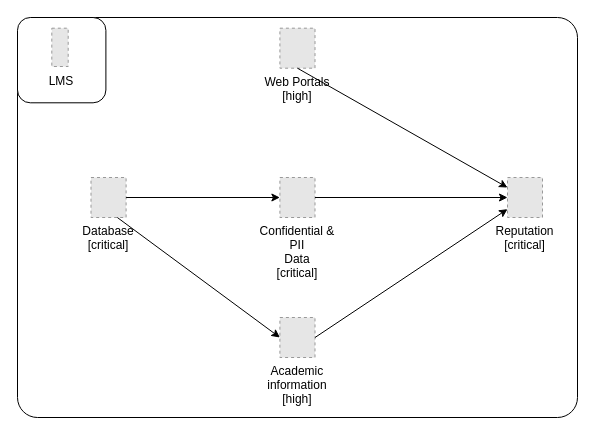
Earlier version of the draw.io diagram 2025/T2-Cyber-Security/lms asset diagram.drawio (RajuTaddi/ms-latrobe). Source tidied: cells renumbered, new cells numbered last; positions are measured from the earlier drawing's top-left corner, leaving out a move shared by most shapes. Both pictures are drawn from the tidied source at 100%, with x=0, y=0 at pixel (17, 17). Pictures stored in the file or linked from it are replaced by grey dashed boxes.
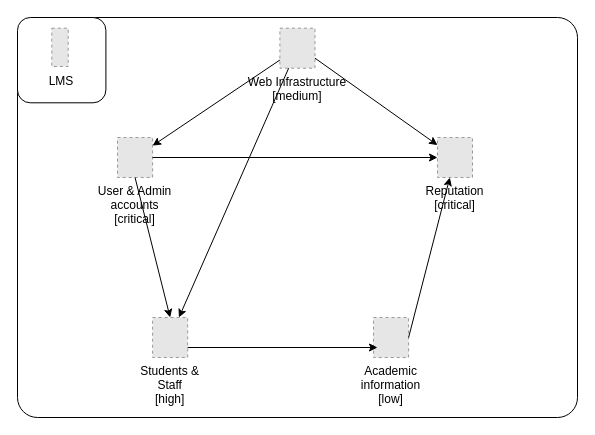
Above is the later version.

The edit, as a diff of the source:
```diff
@@
 <mxGraphModel>
   <root>
     <mxCell id="0" />
     <mxCell id="1" parent="0" />
     <mxCell id="2" style="group;" parent="1" vertex="1">
       <mxGeometry width="560" height="400" as="geometry" />
     </mxCell>
     <mxCell id="3" style="rounded=1;whiteSpace=wrap;html=1;glass=0;shadow=0;gradientColor=none;arcSize=5;" parent="2" vertex="1">
       <mxGeometry width="560" height="400" as="geometry" />
     </mxCell>
     <mxCell id="4" style="rounded=1;whiteSpace=wrap;html=1;" parent="2" vertex="1">
       <mxGeometry width="88.4" height="85.3" as="geometry" />
     </mxCell>
     <mxCell id="5" style="fillColor=#E6E6E6;strokeColor=#999999;dashed=1;verticalLabelPosition=bottom;verticalAlign=top;" parent="2" vertex="1">
       <mxGeometry x="34.3" y="10.7" width="16.4" height="38.3" as="geometry" />
     </mxCell>
     <mxCell id="6" value="LMS" style="text;html=1;align=center;verticalAlign=middle;whiteSpace=wrap;rounded=0;" parent="2" vertex="1">
       <mxGeometry x="13.5" y="49" width="60" height="30" as="geometry" />
     </mxCell>
-    <mxCell id="7" value="Academic&#10;information&#10;[high]" style="fillColor=#E6E6E6;strokeColor=#999999;dashed=1;verticalLabelPosition=bottom;verticalAlign=top;" parent="2" vertex="1">
-      <mxGeometry x="262.4" y="300" width="35.1" height="40" as="geometry" />
+    <mxCell id="7" value="Academic&#10;information&#10;[low]" style="fillColor=#E6E6E6;strokeColor=#999999;dashed=1;verticalLabelPosition=bottom;verticalAlign=top;" parent="2" vertex="1">
+      <mxGeometry x="356" y="300" width="35.1" height="40" as="geometry" />
     </mxCell>
-    <mxCell id="8" value="Confidential &amp;&#10;PII&#10;Data&#10;[critical]" style="fillColor=#E6E6E6;strokeColor=#999999;dashed=1;verticalLabelPosition=bottom;verticalAlign=top;" parent="2" vertex="1">
-      <mxGeometry x="262.4" y="160" width="35.1" height="40" as="geometry" />
+    <mxCell id="8" value="User &amp; Admin&#10;accounts&#10;[critical]" style="fillColor=#E6E6E6;strokeColor=#999999;dashed=1;verticalLabelPosition=bottom;verticalAlign=top;" parent="2" vertex="1">
+      <mxGeometry x="100" y="120" width="35.1" height="40" as="geometry" />
     </mxCell>
-    <mxCell id="9" value="Web Portals&#10;[high]" style="fillColor=#E6E6E6;strokeColor=#999999;dashed=1;verticalLabelPosition=bottom;verticalAlign=top;" parent="2" vertex="1">
+    <mxCell id="9" value="Web Infrastructure&#10;[medium]" style="fillColor=#E6E6E6;strokeColor=#999999;dashed=1;verticalLabelPosition=bottom;verticalAlign=top;" parent="2" vertex="1">
       <mxGeometry x="262.4" y="10.7" width="35.1" height="40" as="geometry" />
     </mxCell>
-    <mxCell id="10" value="Database&#10;[critical]" style="fillColor=#E6E6E6;strokeColor=#999999;dashed=1;verticalLabelPosition=bottom;verticalAlign=top;" parent="2" vertex="1">
-      <mxGeometry x="73.5" y="160" width="35.1" height="40" as="geometry" />
+    <mxCell id="10" value="Students &amp;&#10;Staff&#10;[high]" style="fillColor=#E6E6E6;strokeColor=#999999;dashed=1;verticalLabelPosition=bottom;verticalAlign=top;" parent="2" vertex="1">
+      <mxGeometry x="135.1" y="300" width="35.1" height="40" as="geometry" />
     </mxCell>
     <mxCell id="11" value="Reputation&#10;[critical]" style="fillColor=#E6E6E6;strokeColor=#999999;dashed=1;verticalLabelPosition=bottom;verticalAlign=top;" parent="2" vertex="1">
-      <mxGeometry x="490" y="160" width="35" height="40" as="geometry" />
+      <mxGeometry x="420" y="120" width="35" height="40" as="geometry" />
     </mxCell>
-    <mxCell id="12" style="endArrow=classic;html=1;rounded=0;exitX=0.75;exitY=1;exitDx=0;exitDy=0;entryX=0;entryY=0.5;entryDx=0;entryDy=0;" parent="2" edge="1" source="10" target="7">
-      <mxGeometry relative="1" as="geometry" />
+    <mxCell id="12" style="endArrow=classic;html=1;rounded=0;exitX=1;exitY=0.75;exitDx=0;exitDy=0;" parent="2" edge="1" source="10">
+      <mxGeometry relative="1" as="geometry">
+        <mxPoint x="360" y="330" as="targetPoint" />
+      </mxGeometry>
     </mxCell>
-    <mxCell id="13" style="endArrow=classic;html=1;rounded=0;exitX=1;exitY=0.5;exitDx=0;exitDy=0;entryX=0;entryY=0.5;entryDx=0;entryDy=0;" parent="2" edge="1" source="10" target="8">
+    <mxCell id="13" style="endArrow=classic;html=1;rounded=0;entryX=0.5;entryY=0;entryDx=0;entryDy=0;exitX=0.5;exitY=1;exitDx=0;exitDy=0;" parent="2" edge="1" source="8" target="10">
       <mxGeometry relative="1" as="geometry" />
     </mxCell>
-    <mxCell id="14" style="endArrow=classic;html=1;rounded=0;exitX=0.5;exitY=1;exitDx=0;exitDy=0;" parent="2" edge="1" source="9" target="11">
+    <mxCell id="14" style="endArrow=classic;html=1;rounded=0;exitX=1;exitY=0.75;exitDx=0;exitDy=0;" parent="2" edge="1" source="9" target="11">
       <mxGeometry relative="1" as="geometry" />
     </mxCell>
     <mxCell id="15" style="endArrow=classic;html=1;rounded=0;exitX=1;exitY=0.5;exitDx=0;exitDy=0;entryX=0;entryY=0.5;entryDx=0;entryDy=0;" parent="2" edge="1" source="8" target="11">
       <mxGeometry relative="1" as="geometry" />
     </mxCell>
     <mxCell id="16" style="endArrow=classic;html=1;rounded=0;exitX=1;exitY=0.5;exitDx=0;exitDy=0;" parent="2" edge="1" source="7" target="11">
       <mxGeometry relative="1" as="geometry" />
     </mxCell>
+    <mxCell id="17" style="endArrow=classic;html=1;rounded=0;" parent="2" edge="1" source="9" target="8">
+      <mxGeometry relative="1" as="geometry" />
+    </mxCell>
+    <mxCell id="18" style="endArrow=classic;html=1;rounded=0;" parent="2" edge="1" source="9" target="10">
+      <mxGeometry relative="1" as="geometry" />
+    </mxCell>
   </root>
 </mxGraphModel>
```
